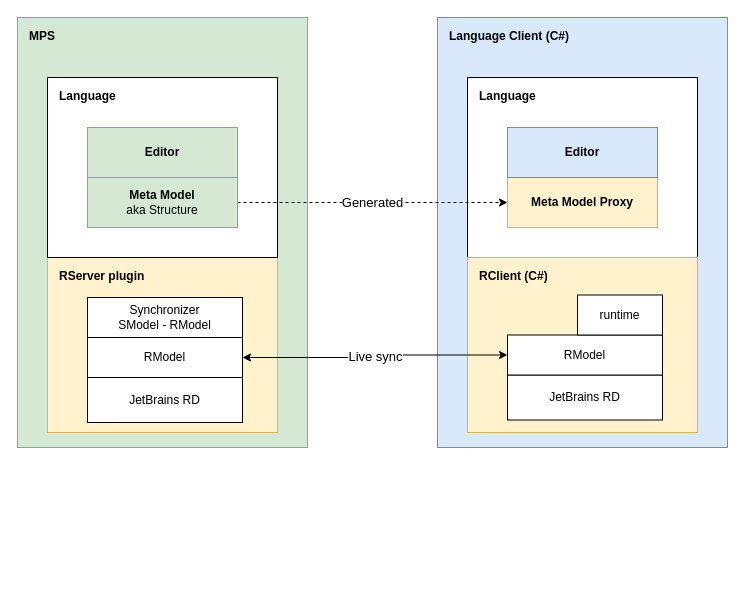
This is page "RService SW Stacks" (1 of 4) of docs/Architecture/Architecture.drawio from sioux-technologies/RService, a draw.io file, before an edit. Source tidied: cells renumbered, new cells numbered last; positions are measured from the earlier drawing's top-left corner, leaving out a move shared by most shapes. Both pictures are drawn from the tidied source at 100%, with x=0, y=0 at pixel (17, 17).
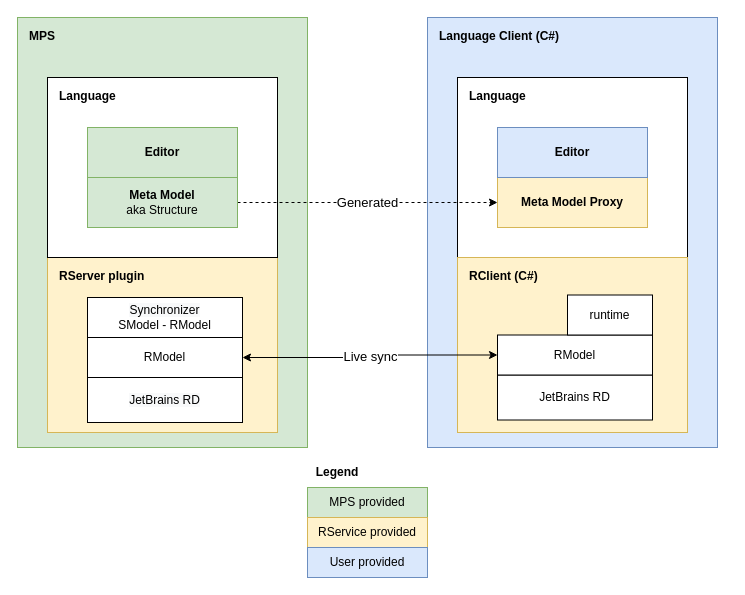
Above is the later version.

The edit, as a diff of the source:
```diff
@@
     <mxCell id="2" value="&lt;b&gt;Language Client (C#)&lt;/b&gt;" style="rounded=0;whiteSpace=wrap;html=1;fillColor=#dae8fc;strokeColor=#6c8ebf;align=left;verticalAlign=top;spacingLeft=10;spacingTop=5;" parent="1" vertex="1">
-      <mxGeometry x="420" width="290" height="430" as="geometry" />
+      <mxGeometry x="410" width="290" height="430" as="geometry" />
     </mxCell>
     <mxCell id="3" value="&lt;b&gt;Language&lt;/b&gt;" style="rounded=0;whiteSpace=wrap;html=1;align=left;verticalAlign=top;spacingLeft=10;spacingTop=5;" parent="1" vertex="1">
-      <mxGeometry x="450" y="60" width="230" height="180" as="geometry" />
+      <mxGeometry x="440" y="60" width="230" height="180" as="geometry" />
     </mxCell>
     <mxCell id="4" value="&lt;b&gt;Meta Model Proxy&lt;/b&gt;" style="rounded=0;whiteSpace=wrap;html=1;fillColor=#fff2cc;strokeColor=#d6b656;" parent="1" vertex="1">
-      <mxGeometry x="490" y="160" width="150" height="50" as="geometry" />
+      <mxGeometry x="480" y="160" width="150" height="50" as="geometry" />
     </mxCell>
     <mxCell id="5" value="&lt;b&gt;Editor&lt;/b&gt;" style="rounded=0;whiteSpace=wrap;html=1;fillColor=#dae8fc;strokeColor=#6c8ebf;" parent="1" vertex="1">
-      <mxGeometry x="490" y="110" width="150" height="50" as="geometry" />
+      <mxGeometry x="480" y="110" width="150" height="50" as="geometry" />
     </mxCell>
@@
     <mxCell id="15" value="&lt;b&gt;RClient (C#)&lt;/b&gt;" style="rounded=0;whiteSpace=wrap;html=1;fillColor=#fff2cc;strokeColor=#d6b656;align=left;verticalAlign=top;spacingLeft=10;spacingTop=5;" parent="1" vertex="1">
-      <mxGeometry x="450" y="240" width="230" height="175" as="geometry" />
+      <mxGeometry x="440" y="240" width="230" height="175" as="geometry" />
     </mxCell>
     <mxCell id="16" value="JetBrains RD" style="rounded=0;whiteSpace=wrap;html=1;" parent="1" vertex="1">
-      <mxGeometry x="490" y="357.5" width="155" height="45" as="geometry" />
+      <mxGeometry x="480" y="357.5" width="155" height="45" as="geometry" />
     </mxCell>
@@
     <mxCell id="18" value="RModel" style="rounded=0;whiteSpace=wrap;html=1;" parent="1" vertex="1">
-      <mxGeometry x="490" y="317.5" width="155" height="40" as="geometry" />
+      <mxGeometry x="480" y="317.5" width="155" height="40" as="geometry" />
     </mxCell>
     <mxCell id="19" value="runtime" style="rounded=0;whiteSpace=wrap;html=1;" parent="1" vertex="1">
-      <mxGeometry x="560" y="277.5" width="85" height="40" as="geometry" />
+      <mxGeometry x="550" y="277.5" width="85" height="40" as="geometry" />
     </mxCell>
+    <mxCell id="20" value="&lt;span&gt;MPS provided&lt;/span&gt;" style="rounded=0;whiteSpace=wrap;html=1;sketch=0;fillColor=#d5e8d4;strokeColor=#82b366;fontStyle=0;" parent="1" vertex="1">
+      <mxGeometry x="290" y="470" width="120" height="30" as="geometry" />
+    </mxCell>
+    <mxCell id="21" value="&lt;span&gt;RService provided&lt;/span&gt;" style="rounded=0;whiteSpace=wrap;html=1;fillColor=#fff2cc;strokeColor=#d6b656;fontStyle=0;" parent="1" vertex="1">
+      <mxGeometry x="290" y="500" width="120" height="30" as="geometry" />
+    </mxCell>
+    <mxCell id="22" value="&lt;span&gt;User provided&lt;/span&gt;" style="rounded=0;whiteSpace=wrap;html=1;fillColor=#dae8fc;strokeColor=#6c8ebf;fontStyle=0;" parent="1" vertex="1">
+      <mxGeometry x="290" y="530" width="120" height="30" as="geometry" />
+    </mxCell>
+    <mxCell id="23" value="&lt;b&gt;Legend&lt;/b&gt;" style="text;html=1;strokeColor=none;fillColor=none;align=center;verticalAlign=middle;whiteSpace=wrap;rounded=0;" parent="1" vertex="1">
+      <mxGeometry x="290" y="440" width="60" height="30" as="geometry" />
+    </mxCell>
```
